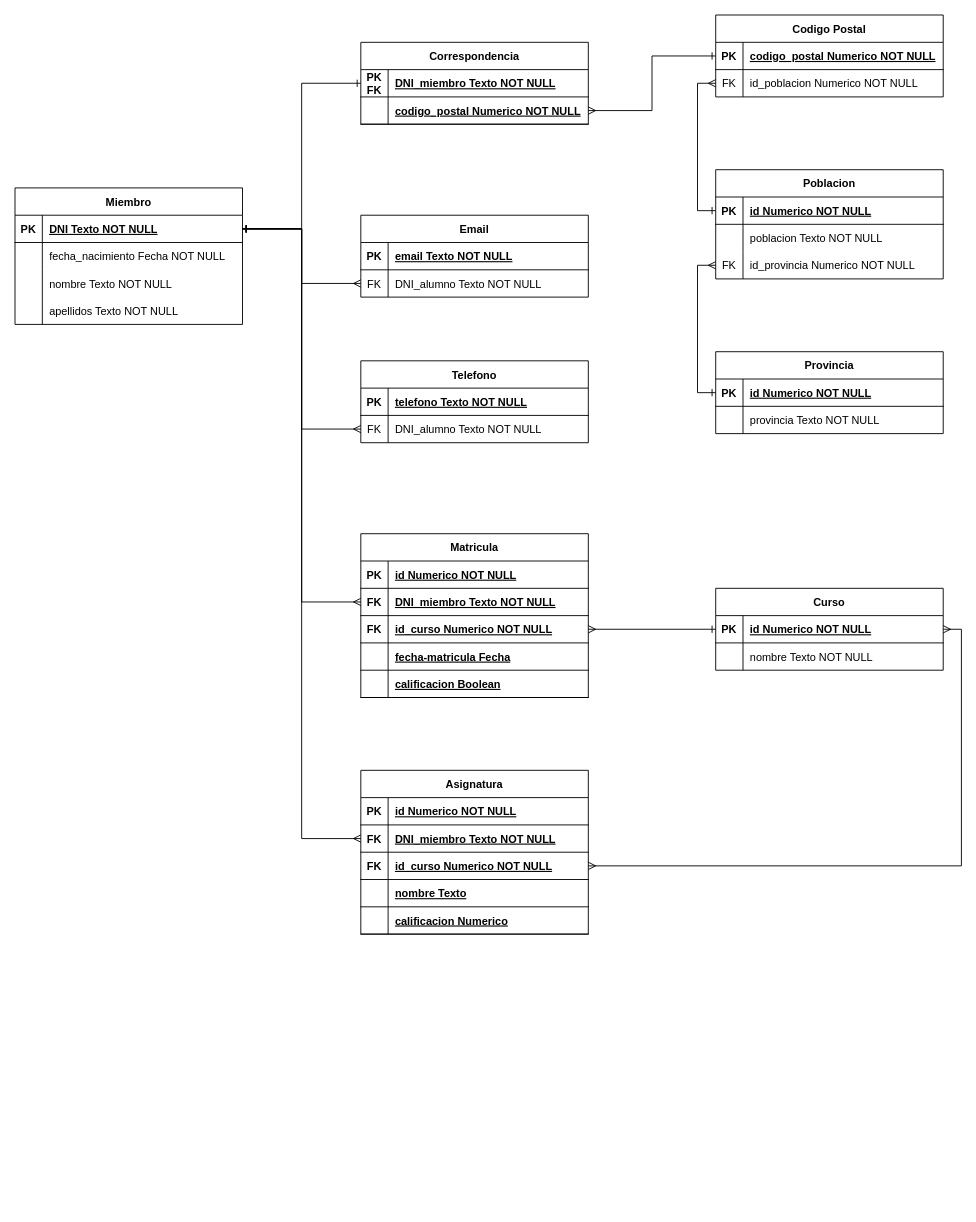
Earlier version of the draw.io diagram 04-MODELADO-DE-DATOS-INTRODUCCION-SQL/clase1/Academia.drawio (codesthenos/KeepCoding-Bootcamp-WEB17-Apuntes). Source tidied: cells renumbered, new cells numbered last; positions are measured from the earlier drawing's top-left corner, leaving out a move shared by most shapes. Both pictures are drawn from the tidied source at 91%, with x=0, y=0 at pixel (15, 15).
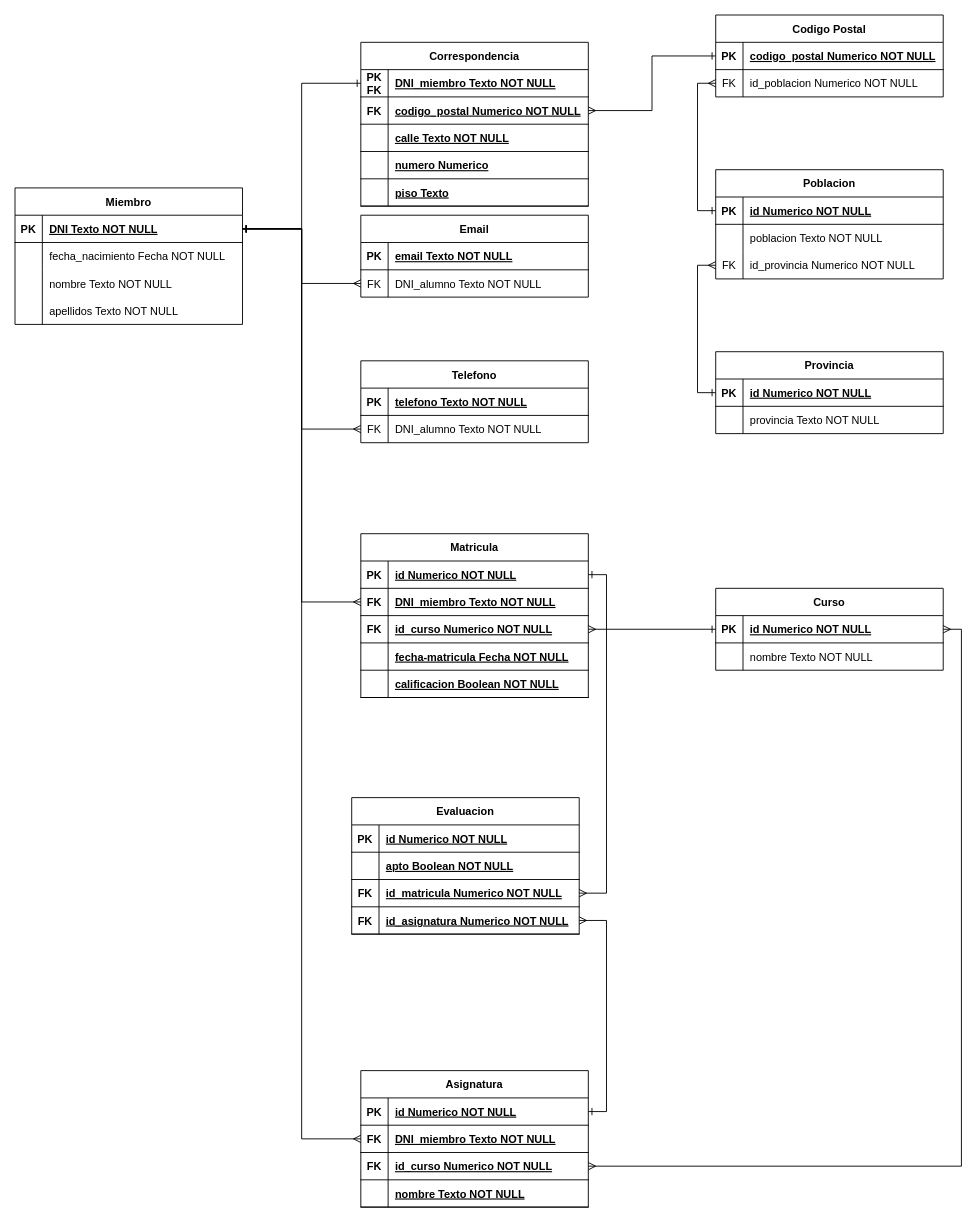
The same page after the edit.

Commit message:
Guardo cambios del .drawio, creo que lo tengo igual que el profe

Unchanged cells that the change refers to:
```xml
<mxCell id="3" style="shape=partialRectangle;fillColor=none;points=[[0,0.5],[1,0.5]];portConstraint=eastwest;top=0;left=0;right=0;bottom=1;" parent="2" vertex="1">
  <mxGeometry y="30" width="250" height="30" as="geometry" />
</mxCell>
<mxCell id="12" style="shape=partialRectangle;fillColor=none;top=0;left=0;right=0;bottom=1;" parent="2" vertex="1">
  <mxGeometry y="120" width="250" height="30" as="geometry" />
</mxCell>
<mxCell id="15" style="shape=partialRectangle;fillColor=none;top=0;left=0;right=0;bottom=1;" parent="2" vertex="1">
  <mxGeometry y="150" width="250" height="30" as="geometry" />
</mxCell>
<mxCell id="29" style="shape=partialRectangle;fillColor=none;points=[[0,0.5],[1,0.5]];portConstraint=eastwest;top=0;left=0;right=0;bottom=1;" parent="28" vertex="1">
  <mxGeometry y="30" width="250" height="30" as="geometry" />
</mxCell>
<mxCell id="38" style="shape=partialRectangle;fillColor=none;top=0;left=0;right=0;bottom=1;" parent="28" vertex="1">
  <mxGeometry y="120" width="250" height="30" as="geometry" />
</mxCell>
<mxCell id="79" style="shape=partialRectangle;fillColor=none;points=[[0,0.5],[1,0.5]];portConstraint=eastwest;top=0;left=0;right=0;bottom=1;" parent="75" vertex="1">
  <mxGeometry y="60" width="250" height="30" as="geometry" />
</mxCell>
```

Change to the diagram source:
```diff
@@
-    <mxCell id="14" value="fecha-matricula Fecha" style="shape=partialRectangle;overflow=hidden;fillColor=none;top=0;left=0;bottom=0;right=0;align=left;spacingLeft=6;fontStyle=5;strokeColor=default;" parent="12" vertex="1">
+    <mxCell id="14" value="fecha-matricula Fecha NOT NULL" style="shape=partialRectangle;overflow=hidden;fillColor=none;top=0;left=0;bottom=0;right=0;align=left;spacingLeft=6;fontStyle=5;strokeColor=default;" parent="12" vertex="1">
       <mxGeometry x="30" width="220" height="30" as="geometry" />
     </mxCell>
@@
-    <mxCell id="17" value="calificacion Boolean" style="shape=partialRectangle;overflow=hidden;fillColor=none;top=0;left=0;bottom=0;right=0;align=left;spacingLeft=6;fontStyle=5;" parent="15" vertex="1">
+    <mxCell id="17" value="calificacion Boolean NOT NULL" style="shape=partialRectangle;overflow=hidden;fillColor=none;top=0;left=0;bottom=0;right=0;align=left;spacingLeft=6;fontStyle=5;" parent="15" vertex="1">
       <mxGeometry x="30" width="220" height="30" as="geometry" />
     </mxCell>
@@
     <mxCell id="28" value="Asignatura" style="shape=table;startSize=30;childLayout=tableLayout;rowLines=0;fontStyle=1;align=center;" parent="1" vertex="1">
-      <mxGeometry x="380" y="830" width="250" height="180" as="geometry" />
+      <mxGeometry x="380" y="1160" width="250" height="150" as="geometry" />
     </mxCell>
@@
-    <mxCell id="40" value="nombre Texto" style="shape=partialRectangle;overflow=hidden;fillColor=none;top=0;left=0;bottom=0;right=0;align=left;spacingLeft=6;fontStyle=5;" parent="38" vertex="1">
+    <mxCell id="40" value="nombre Texto NOT NULL" style="shape=partialRectangle;overflow=hidden;fillColor=none;top=0;left=0;bottom=0;right=0;align=left;spacingLeft=6;fontStyle=5;" parent="38" vertex="1">
       <mxGeometry x="30" width="220" height="30" as="geometry" />
     </mxCell>
-    <mxCell id="41" style="shape=partialRectangle;fillColor=none;top=0;left=0;right=0;bottom=1;" parent="28" vertex="1">
-      <mxGeometry y="150" width="250" height="30" as="geometry" />
-    </mxCell>
-    <mxCell id="42" style="shape=partialRectangle;overflow=hidden;fillColor=none;top=0;left=0;bottom=0;right=0;fontStyle=1;" parent="41" vertex="1">
-      <mxGeometry width="30" height="30" as="geometry" />
-    </mxCell>
-    <mxCell id="43" value="calificacion Numerico" style="shape=partialRectangle;overflow=hidden;fillColor=none;top=0;left=0;bottom=0;right=0;align=left;spacingLeft=6;fontStyle=5;" parent="41" vertex="1">
-      <mxGeometry x="30" width="220" height="30" as="geometry" />
-    </mxCell>
@@
     <mxCell id="75" value="Correspondencia" style="shape=table;startSize=30;childLayout=tableLayout;rowLines=0;fontStyle=1;align=center;" parent="1" vertex="1">
-      <mxGeometry x="380" y="30" width="250" height="90" as="geometry" />
+      <mxGeometry x="380" y="30" width="250" height="180" as="geometry" />
     </mxCell>
@@
-    <mxCell id="80" style="shape=partialRectangle;overflow=hidden;fillColor=none;top=0;left=0;bottom=0;right=0;fontStyle=1;" parent="79" vertex="1">
+    <mxCell id="80" value="FK" style="shape=partialRectangle;overflow=hidden;fillColor=none;top=0;left=0;bottom=0;right=0;fontStyle=1;" parent="79" vertex="1">
       <mxGeometry width="30" height="30" as="geometry" />
     </mxCell>
@@
+    <mxCell id="110" style="shape=partialRectangle;fillColor=none;top=0;left=0;right=0;bottom=1;" parent="75" vertex="1">
+      <mxGeometry y="90" width="250" height="30" as="geometry" />
+    </mxCell>
+    <mxCell id="111" style="shape=partialRectangle;overflow=hidden;fillColor=none;top=0;left=0;bottom=0;right=0;fontStyle=1;" parent="110" vertex="1">
+      <mxGeometry width="30" height="30" as="geometry" />
+    </mxCell>
+    <mxCell id="112" value="calle Texto NOT NULL" style="shape=partialRectangle;overflow=hidden;fillColor=none;top=0;left=0;bottom=0;right=0;align=left;spacingLeft=6;fontStyle=5;" parent="110" vertex="1">
+      <mxGeometry x="30" width="220" height="30" as="geometry" />
+    </mxCell>
+    <mxCell id="113" style="shape=partialRectangle;fillColor=none;top=0;left=0;right=0;bottom=1;" parent="75" vertex="1">
+      <mxGeometry y="120" width="250" height="30" as="geometry" />
+    </mxCell>
+    <mxCell id="114" style="shape=partialRectangle;overflow=hidden;fillColor=none;top=0;left=0;bottom=0;right=0;fontStyle=1;" parent="113" vertex="1">
+      <mxGeometry width="30" height="30" as="geometry" />
+    </mxCell>
+    <mxCell id="115" value="numero Numerico" style="shape=partialRectangle;overflow=hidden;fillColor=none;top=0;left=0;bottom=0;right=0;align=left;spacingLeft=6;fontStyle=5;" parent="113" vertex="1">
+      <mxGeometry x="30" width="220" height="30" as="geometry" />
+    </mxCell>
+    <mxCell id="41" style="shape=partialRectangle;fillColor=none;top=0;left=0;right=0;bottom=1;" parent="75" vertex="1">
+      <mxGeometry y="150" width="250" height="30" as="geometry" />
+    </mxCell>
+    <mxCell id="116" style="shape=partialRectangle;overflow=hidden;fillColor=none;top=0;left=0;bottom=0;right=0;fontStyle=1;" parent="41" vertex="1">
+      <mxGeometry width="30" height="30" as="geometry" />
+    </mxCell>
+    <mxCell id="117" value="piso Texto" style="shape=partialRectangle;overflow=hidden;fillColor=none;top=0;left=0;bottom=0;right=0;align=left;spacingLeft=6;fontStyle=5;" parent="41" vertex="1">
+      <mxGeometry x="30" width="220" height="30" as="geometry" />
+    </mxCell>
@@
+    <mxCell id="118" value="Evaluacion" style="shape=table;startSize=30;childLayout=tableLayout;rowLines=0;fontStyle=1;align=center;" parent="1" vertex="1">
+      <mxGeometry x="370" y="860" width="250" height="150" as="geometry" />
+    </mxCell>
+    <mxCell id="119" style="shape=partialRectangle;fillColor=none;top=0;left=0;right=0;bottom=1;" parent="118" vertex="1">
+      <mxGeometry y="30" width="250" height="30" as="geometry" />
+    </mxCell>
+    <mxCell id="120" value="PK" style="shape=partialRectangle;overflow=hidden;fillColor=none;top=0;left=0;bottom=0;right=0;fontStyle=1;" parent="119" vertex="1">
+      <mxGeometry width="30" height="30" as="geometry" />
+    </mxCell>
+    <mxCell id="121" value="id Numerico NOT NULL " style="shape=partialRectangle;overflow=hidden;fillColor=none;top=0;left=0;bottom=0;right=0;align=left;spacingLeft=6;fontStyle=5;" parent="119" vertex="1">
+      <mxGeometry x="30" width="220" height="30" as="geometry" />
+    </mxCell>
+    <mxCell id="122" style="shape=partialRectangle;fillColor=none;top=0;left=0;right=0;bottom=1;" parent="118" vertex="1">
+      <mxGeometry y="60" width="250" height="30" as="geometry" />
+    </mxCell>
+    <mxCell id="123" style="shape=partialRectangle;overflow=hidden;fillColor=none;top=0;left=0;bottom=0;right=0;fontStyle=1;" parent="122" vertex="1">
+      <mxGeometry width="30" height="30" as="geometry" />
+    </mxCell>
+    <mxCell id="124" value="apto Boolean NOT NULL" style="shape=partialRectangle;overflow=hidden;fillColor=none;top=0;left=0;bottom=0;right=0;align=left;spacingLeft=6;fontStyle=5;" parent="122" vertex="1">
+      <mxGeometry x="30" width="220" height="30" as="geometry" />
+    </mxCell>
+    <mxCell id="125" style="shape=partialRectangle;fillColor=none;points=[[0,0.5],[1,0.5]];portConstraint=eastwest;top=0;left=0;right=0;bottom=1;" parent="118" vertex="1">
+      <mxGeometry y="90" width="250" height="30" as="geometry" />
+    </mxCell>
+    <mxCell id="126" value="FK" style="shape=partialRectangle;overflow=hidden;fillColor=none;top=0;left=0;bottom=0;right=0;fontStyle=1;" parent="125" vertex="1">
+      <mxGeometry width="30" height="30" as="geometry" />
+    </mxCell>
+    <mxCell id="127" value="id_matricula Numerico NOT NULL" style="shape=partialRectangle;overflow=hidden;fillColor=none;top=0;left=0;bottom=0;right=0;align=left;spacingLeft=6;fontStyle=5;" parent="125" vertex="1">
+      <mxGeometry x="30" width="220" height="30" as="geometry" />
+    </mxCell>
+    <mxCell id="128" style="shape=partialRectangle;fillColor=none;points=[[0,0.5],[1,0.5]];portConstraint=eastwest;top=0;left=0;right=0;bottom=1;" parent="118" vertex="1">
+      <mxGeometry y="120" width="250" height="30" as="geometry" />
+    </mxCell>
+    <mxCell id="129" value="FK" style="shape=partialRectangle;overflow=hidden;fillColor=none;top=0;left=0;bottom=0;right=0;fontStyle=1;" parent="128" vertex="1">
+      <mxGeometry width="30" height="30" as="geometry" />
+    </mxCell>
+    <mxCell id="130" value="id_asignatura Numerico NOT NULL" style="shape=partialRectangle;overflow=hidden;fillColor=none;top=0;left=0;bottom=0;right=0;align=left;spacingLeft=6;fontStyle=5;strokeColor=default;" parent="128" vertex="1">
+      <mxGeometry x="30" width="220" height="30" as="geometry" />
+    </mxCell>
+    <mxCell id="131" style="edgeStyle=orthogonalEdgeStyle;rounded=0;jettySize=auto;html=1;exitX=1;exitY=0.5;exitDx=0;exitDy=0;entryX=1;entryY=0.5;entryDx=0;entryDy=0;startArrow=ERone;startFill=0;endArrow=ERmany;endFill=0;" parent="1" edge="1" source="3" target="125">
+      <mxGeometry relative="1" as="geometry" />
+    </mxCell>
+    <mxCell id="132" style="edgeStyle=orthogonalEdgeStyle;rounded=0;jettySize=auto;html=1;exitX=1;exitY=0.5;exitDx=0;exitDy=0;entryX=1;entryY=0.5;entryDx=0;entryDy=0;startArrow=ERmany;startFill=0;endArrow=ERone;endFill=0;" parent="1" edge="1" source="128" target="29">
+      <mxGeometry relative="1" as="geometry" />
+    </mxCell>
```
